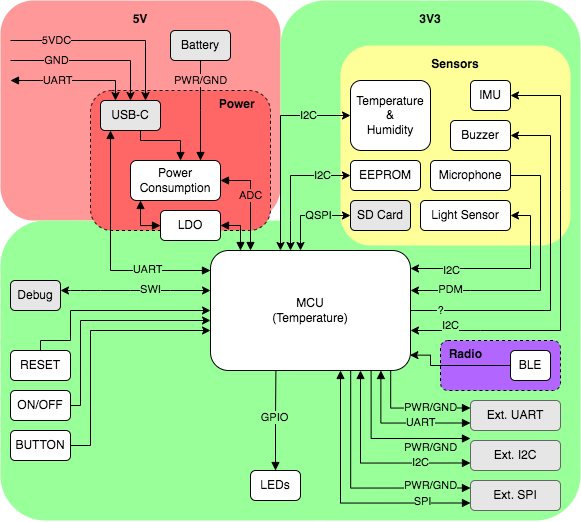
This is doc/img/functional.drawio.png from oldgeezr/sensa, a draw.io export, as it was before one commit. Source tidied: cells renumbered, new cells last; positions are measured from the earlier drawing's top-left corner, leaving out a move shared by most shapes.
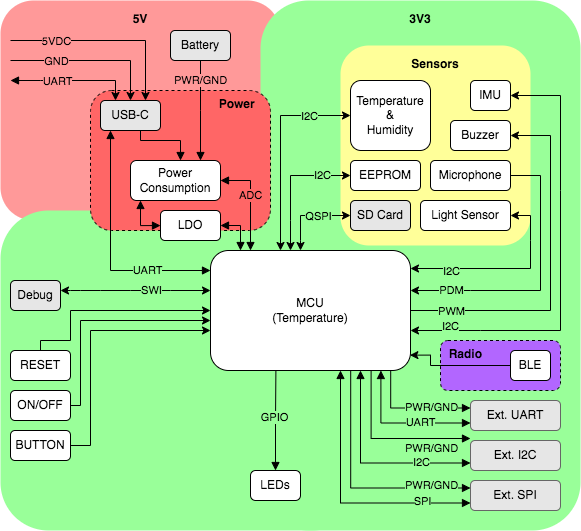
The same file after the commit.

Commit message:
Updated func diagram

What changed in the source:
```diff
@@ -6,10 +6,10 @@
       <mxGeometry width="280" height="220" as="geometry" />
     </mxCell>
     <mxCell id="3" value="&lt;p style=&quot;line-height: 0%;&quot;&gt;&lt;br&gt;&lt;/p&gt;" style="rounded=1;whiteSpace=wrap;html=1;dashed=1;fillColor=#99FF99;align=center;horizontal=1;verticalAlign=top;labelBackgroundColor=none;strokeColor=none;shadow=0;fontStyle=1;" parent="1" vertex="1">
-      <mxGeometry y="220" width="360" height="300" as="geometry" />
+      <mxGeometry y="210" width="360" height="320" as="geometry" />
     </mxCell>
     <mxCell id="4" value="&lt;p style=&quot;line-height: 0%;&quot;&gt;3V3&lt;/p&gt;" style="rounded=1;whiteSpace=wrap;html=1;dashed=1;fillColor=#99FF99;align=center;horizontal=1;verticalAlign=top;labelBackgroundColor=none;strokeColor=none;shadow=0;fontStyle=1;" parent="1" vertex="1">
-      <mxGeometry x="280" width="300" height="520" as="geometry" />
+      <mxGeometry x="260" width="320" height="530" as="geometry" />
     </mxCell>
     <mxCell id="5" value="&amp;nbsp; Radio" style="rounded=1;whiteSpace=wrap;html=1;shadow=0;dashed=1;labelBackgroundColor=none;fontColor=none;fillColor=#B266FF;align=left;fontStyle=1;verticalAlign=top;" parent="1" vertex="1">
       <mxGeometry x="440" y="340" width="120" height="50" as="geometry" />
@@ -18,7 +18,7 @@
       <mxGeometry x="90" y="90" width="180" height="140" as="geometry" />
     </mxCell>
     <mxCell id="7" value="&lt;p style=&quot;line-height: 0%;&quot;&gt;Sensors&lt;/p&gt;" style="rounded=1;whiteSpace=wrap;html=1;dashed=1;fillColor=#FFFF99;align=center;horizontal=1;verticalAlign=top;labelBackgroundColor=none;strokeColor=none;shadow=0;fontStyle=1;" parent="1" vertex="1">
-      <mxGeometry x="340" y="45" width="230" height="200" as="geometry" />
+      <mxGeometry x="340" y="45" width="190" height="200" as="geometry" />
     </mxCell>
     <mxCell id="8" style="edgeStyle=orthogonalEdgeStyle;rounded=0;jettySize=auto;html=1;startArrow=none;startFill=0;endArrow=block;endFill=1;" parent="1" edge="1" source="11" target="29">
       <mxGeometry relative="1" as="geometry">
@@ -246,9 +246,9 @@
         </Array>
       </mxGeometry>
     </mxCell>
-    <mxCell id="49" value="?" style="edgeLabel;html=1;align=center;verticalAlign=middle;labelBackgroundColor=#99FF99;" parent="48" vertex="1">
+    <mxCell id="49" value="PWM" style="edgeLabel;html=1;align=center;verticalAlign=middle;labelBackgroundColor=#99FF99;" parent="48" vertex="1">
       <mxGeometry x="-0.64" relative="1" as="geometry">
-        <mxPoint x="-33" as="offset" />
+        <mxPoint x="-23" as="offset" />
       </mxGeometry>
     </mxCell>
     <mxCell id="50" style="endArrow=none;startArrow=classic;html=1;rounded=0;entryX=1;entryY=0.5;entryDx=0;entryDy=0;endFill=0;" parent="1" edge="1" target="40">
```
